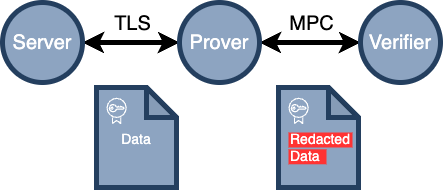
Above: src/images/overview-new.png in tlsnotary/website (draw.io), before the change. Source tidied: cells renumbered, new cells last; positions are measured from the earlier drawing's top-left corner, leaving out a move shared by most shapes.
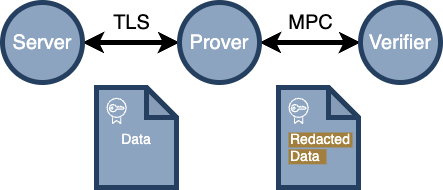
Above is the later version.

Commit message:
Usej existing color instead of red for "redacted data"

Change to the diagram source:
```diff
@@ -41,10 +41,10 @@
     <mxCell id="14" style="sketch=0;fontColor=#232F3E;gradientColor=none;fillColor=#FFFFFF;strokeColor=none;dashed=0;verticalLabelPosition=bottom;verticalAlign=top;align=center;html=1;fontSize=12;fontStyle=0;shape=mxgraph.aws4.certificate_manager;" parent="12" vertex="1">
       <mxGeometry x="10" y="10" width="20.3" height="26.8" as="geometry" />
     </mxCell>
-    <mxCell id="15" style="rounded=0;whiteSpace=wrap;html=1;strokeColor=none;strokeWidth=10;fontFamily=Helvetica;fontSize=14;fontColor=#FFFFFF;fillColor=#FF3333;" parent="12" vertex="1">
+    <mxCell id="15" style="rounded=0;whiteSpace=wrap;html=1;strokeColor=none;strokeWidth=10;fontFamily=Helvetica;fontSize=14;fontColor=#FFFFFF;fillColor=#a27f3c;" parent="12" vertex="1">
       <mxGeometry x="10" y="45" width="64" height="15" as="geometry" />
     </mxCell>
-    <mxCell id="16" style="rounded=0;whiteSpace=wrap;html=1;strokeColor=none;strokeWidth=10;fontFamily=Helvetica;fontSize=14;fontColor=#FFFFFF;fillColor=#FF3333;" parent="12" vertex="1">
+    <mxCell id="16" style="rounded=0;whiteSpace=wrap;html=1;strokeColor=none;strokeWidth=10;fontFamily=Helvetica;fontSize=14;fontColor=#FFFFFF;fillColor=#a27f3c;" parent="12" vertex="1">
       <mxGeometry x="10" y="61.8" width="38" height="15" as="geometry" />
     </mxCell>
     <mxCell id="17" value="&lt;span style=&quot;color: rgb(255, 255, 255); font-family: Helvetica; font-size: 14px; font-style: normal; font-variant-ligatures: normal; font-variant-caps: normal; font-weight: 400; letter-spacing: normal; orphans: 2; text-align: center; text-indent: 0px; text-transform: none; widows: 2; word-spacing: 0px; -webkit-text-stroke-width: 0px; text-decoration-thickness: initial; text-decoration-style: initial; text-decoration-color: initial; float: none; display: inline !important;&quot;&gt;Redacted&lt;/span&gt;&lt;br style=&quot;border-color: var(--border-color); color: rgb(255, 255, 255); font-family: Helvetica; font-size: 14px; font-style: normal; font-variant-ligatures: normal; font-variant-caps: normal; font-weight: 400; letter-spacing: normal; orphans: 2; text-align: center; text-indent: 0px; text-transform: none; widows: 2; word-spacing: 0px; -webkit-text-stroke-width: 0px; text-decoration-thickness: initial; text-decoration-style: initial; text-decoration-color: initial;&quot;&gt;&lt;span style=&quot;color: rgb(255, 255, 255); font-family: Helvetica; font-size: 14px; font-style: normal; font-variant-ligatures: normal; font-variant-caps: normal; font-weight: 400; letter-spacing: normal; orphans: 2; text-align: center; text-indent: 0px; text-transform: none; widows: 2; word-spacing: 0px; -webkit-text-stroke-width: 0px; text-decoration-thickness: initial; text-decoration-style: initial; text-decoration-color: initial; float: none; display: inline !important;&quot;&gt;Data&lt;/span&gt;" style="text;whiteSpace=wrap;html=1;fontSize=14;fontFamily=Helvetica;fontColor=#000000;fillColor=none;labelBackgroundColor=none;" parent="12" vertex="1">
```
